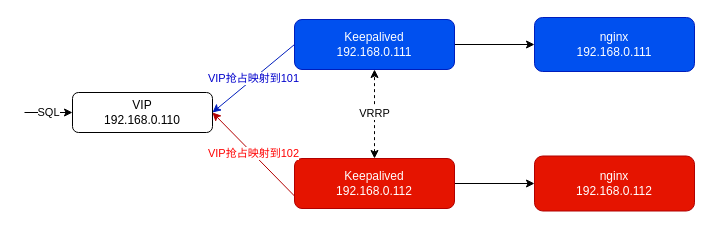
The draw.io diagram nginx.drawio in linlin8/linlin8.github.io, before the edit. Source tidied: cells renumbered, new cells numbered last; positions are measured from the earlier drawing's top-left corner, leaving out a move shared by most shapes. Both pictures are drawn from the tidied source at 100%, with x=0, y=0 at pixel (24, 17).
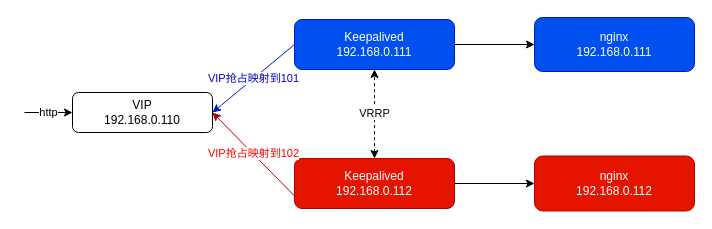
After the change.

What changed in the source:
```diff
@@
 <mxGraphModel>
   <root>
     <mxCell id="0" />
     <mxCell id="1" parent="0" />
     <mxCell id="2" style="edgeStyle=orthogonalEdgeStyle;rounded=0;jettySize=auto;html=1;" parent="1" edge="1" source="3" target="11">
       <mxGeometry relative="1" as="geometry" />
     </mxCell>
     <mxCell id="3" value="Keepalived&lt;br&gt;192.168.0.111" style="rounded=1;whiteSpace=wrap;html=1;fillColor=#0050ef;strokeColor=#001DBC;fontColor=#ffffff;" parent="1" vertex="1">
       <mxGeometry x="270" y="2" width="160" height="50" as="geometry" />
     </mxCell>
     <mxCell id="4" value="VRRP" style="edgeStyle=orthogonalEdgeStyle;rounded=0;jettySize=auto;html=1;startArrow=classic;startFill=1;dashed=1;" parent="1" edge="1" source="6" target="3">
       <mxGeometry relative="1" as="geometry" />
     </mxCell>
     <mxCell id="5" style="edgeStyle=orthogonalEdgeStyle;rounded=0;jettySize=auto;html=1;" parent="1" edge="1" source="6" target="12">
       <mxGeometry relative="1" as="geometry" />
     </mxCell>
     <mxCell id="6" value="Keepalived&lt;br&gt;192.168.0.112" style="rounded=1;whiteSpace=wrap;html=1;fillColor=#e51400;strokeColor=#B20000;fontColor=#ffffff;" parent="1" vertex="1">
       <mxGeometry x="270" y="141" width="160" height="50" as="geometry" />
     </mxCell>
     <mxCell id="7" value="VIP&lt;br&gt;192.168.0.110" style="rounded=1;whiteSpace=wrap;html=1;" parent="1" vertex="1">
       <mxGeometry x="48" y="75" width="140" height="40" as="geometry" />
     </mxCell>
     <mxCell id="8" value="VIP抢占映射到102" style="endArrow=classic;html=1;exitX=0;exitY=0.75;exitDx=0;exitDy=0;entryX=1;entryY=0.5;entryDx=0;entryDy=0;fillColor=#e51400;strokeColor=#B20000;fontColor=#FF0000;" parent="1" edge="1" source="6" target="7">
       <mxGeometry relative="1" as="geometry" />
     </mxCell>
     <mxCell id="9" value="VIP抢占映射到101" style="endArrow=classic;html=1;exitX=0;exitY=0.5;exitDx=0;exitDy=0;entryX=1;entryY=0.5;entryDx=0;entryDy=0;fillColor=#0050ef;strokeColor=#001DBC;fontColor=#0000CC;" parent="1" edge="1" source="3" target="7">
       <mxGeometry relative="1" as="geometry" />
     </mxCell>
-    <mxCell id="10" value="SQL" style="endArrow=classic;html=1;entryX=0;entryY=0.5;entryDx=0;entryDy=0;" parent="1" edge="1">
+    <mxCell id="10" value="http" style="endArrow=classic;html=1;entryX=0;entryY=0.5;entryDx=0;entryDy=0;" parent="1" edge="1">
       <mxGeometry relative="1" as="geometry">
         <mxPoint y="95" as="sourcePoint" />
         <mxPoint x="48" y="95" as="targetPoint" />
       </mxGeometry>
     </mxCell>
     <mxCell id="11" value="&lt;span style=&quot;color: rgb(255 , 255 , 255)&quot;&gt;nginx&lt;/span&gt;&lt;br style=&quot;color: rgb(255 , 255 , 255)&quot;&gt;&lt;span style=&quot;color: rgb(255 , 255 , 255)&quot;&gt;192.168.0.111&lt;/span&gt;" style="rounded=1;whiteSpace=wrap;html=1;fillColor=#0050ef;strokeColor=#001DBC;fontColor=#ffffff;" parent="1" vertex="1">
       <mxGeometry x="510" width="160" height="54" as="geometry" />
     </mxCell>
     <mxCell id="12" value="&lt;span&gt;nginx&lt;/span&gt;&lt;br&gt;&lt;span&gt;192.168.0.112&lt;/span&gt;" style="rounded=1;whiteSpace=wrap;html=1;fillColor=#e51400;strokeColor=#B20000;fontColor=#ffffff;" parent="1" vertex="1">
       <mxGeometry x="510" y="138.5" width="160" height="55" as="geometry" />
     </mxCell>
   </root>
 </mxGraphModel>
```
